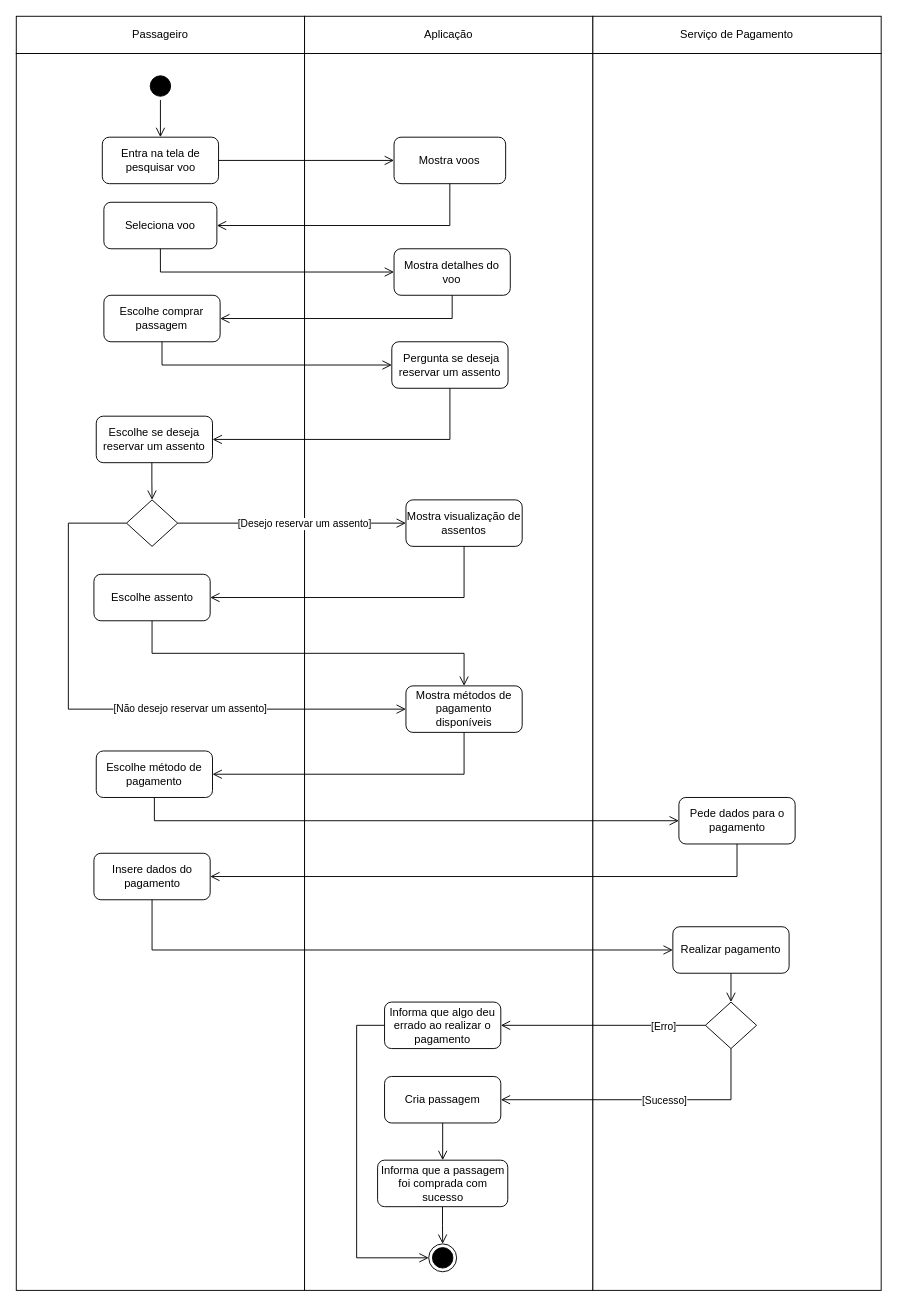
This is Diagramas/Eng_de_Software/Modelos/Atividade/Comprar_Passagens.drawio from GabrielGMori/trabalho-conclus-o-ano, a draw.io file, before an edit. Source tidied: cells renumbered, new cells numbered last; positions are measured from the earlier drawing's top-left corner, leaving out a move shared by most shapes. Both pictures are drawn from the tidied source at 93%, with x=0, y=0 at pixel (16, 16).
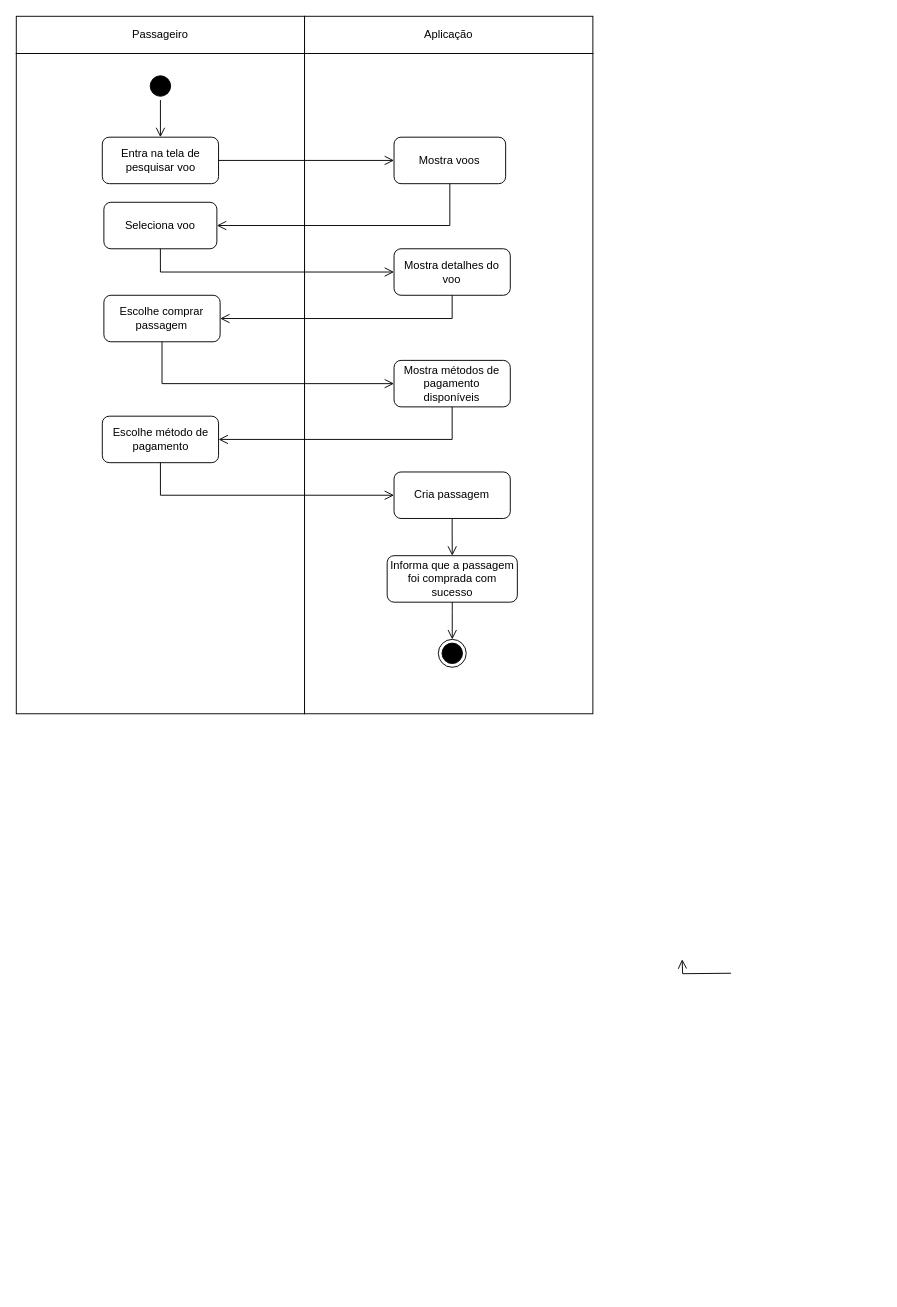
The same diagram, later.

Unchanged cells that the change refers to:
```xml
<mxCell id="22" value="Escolhe comprar passagem" style="rounded=1;whiteSpace=wrap;html=1;" parent="1" vertex="1">
  <mxGeometry x="94.2" y="300" width="125" height="50" as="geometry" />
</mxCell>
```

Change to the diagram source:
```diff
@@
     <mxCell id="2" style="rounded=0;whiteSpace=wrap;html=1;" parent="1" vertex="1">
-      <mxGeometry y="40" width="310" height="1330" as="geometry" />
+      <mxGeometry y="40" width="310" height="710" as="geometry" />
     </mxCell>
     <mxCell id="3" style="rounded=0;whiteSpace=wrap;html=1;" parent="1" vertex="1">
-      <mxGeometry x="310" y="40" width="310" height="1330" as="geometry" />
+      <mxGeometry x="310" y="40" width="310" height="710" as="geometry" />
     </mxCell>
-    <mxCell id="4" style="rounded=0;whiteSpace=wrap;html=1;" parent="1" vertex="1">
-      <mxGeometry x="620" y="40" width="310" height="1330" as="geometry" />
-    </mxCell>
@@
-    <mxCell id="16" style="rhombus;whiteSpace=wrap;html=1;" parent="1" vertex="1">
-      <mxGeometry x="118.5" y="520" width="55" height="50" as="geometry" />
-    </mxCell>
-    <mxCell id="17" style="edgeStyle=orthogonalEdgeStyle;html=1;verticalAlign=bottom;endArrow=open;endSize=8;strokeColor=#000000;rounded=0;entryX=0;entryY=0.5;entryDx=0;entryDy=0;exitX=0;exitY=0.5;exitDx=0;exitDy=0;" parent="1" edge="1" source="16" target="24">
-      <mxGeometry relative="1" as="geometry">
-        <Array as="points">
-          <mxPoint x="56" y="545" />
-          <mxPoint x="56" y="745" />
-        </Array>
-      </mxGeometry>
-    </mxCell>
-    <mxCell id="18" value="[Não desejo reservar um assento]" style="edgeLabel;html=1;align=center;verticalAlign=middle;" parent="17" vertex="1">
-      <mxGeometry x="-0.23" relative="1" as="geometry">
-        <mxPoint x="130" y="21" as="offset" />
-      </mxGeometry>
-    </mxCell>
-    <mxCell id="19" style="edgeStyle=orthogonalEdgeStyle;html=1;verticalAlign=bottom;endArrow=open;endSize=8;strokeColor=#000000;rounded=0;exitX=1;exitY=0.5;exitDx=0;exitDy=0;entryX=0;entryY=0.5;entryDx=0;entryDy=0;" parent="1" edge="1" source="16" target="37">
-      <mxGeometry relative="1" as="geometry" />
-    </mxCell>
-    <mxCell id="20" value="[Desejo reservar um assento]" style="edgeLabel;html=1;align=center;verticalAlign=middle;" parent="19" vertex="1">
-      <mxGeometry x="-0.35" y="-2" relative="1" as="geometry">
-        <mxPoint x="56" y="-2" as="offset" />
-      </mxGeometry>
-    </mxCell>
     <mxCell id="21" style="ellipse;html=1;shape=endState;fillColor=#000000;strokeColor=#000000;" parent="1" vertex="1">
-      <mxGeometry x="443.5" y="1320" width="30" height="30" as="geometry" />
+      <mxGeometry x="453.8" y="670" width="30" height="30" as="geometry" />
     </mxCell>
@@
     <mxCell id="24" value="Mostra métodos de pagamento disponíveis" style="rounded=1;whiteSpace=wrap;html=1;" parent="1" vertex="1">
-      <mxGeometry x="419" y="720" width="125" height="50" as="geometry" />
+      <mxGeometry x="406.2" y="370" width="125" height="50" as="geometry" />
     </mxCell>
-    <mxCell id="25" style="edgeStyle=orthogonalEdgeStyle;html=1;verticalAlign=bottom;endArrow=open;endSize=8;strokeColor=#000000;rounded=0;exitX=0.5;exitY=1;exitDx=0;exitDy=0;entryX=0;entryY=0.5;entryDx=0;entryDy=0;" parent="1" edge="1" source="22" target="33">
+    <mxCell id="25" style="edgeStyle=orthogonalEdgeStyle;html=1;verticalAlign=bottom;endArrow=open;endSize=8;strokeColor=#000000;rounded=0;exitX=0.5;exitY=1;exitDx=0;exitDy=0;entryX=0;entryY=0.5;entryDx=0;entryDy=0;" parent="1" edge="1" source="22" target="24">
       <mxGeometry relative="1" as="geometry" />
     </mxCell>
     <mxCell id="26" value="Escolhe método de pagamento" style="rounded=1;whiteSpace=wrap;html=1;" parent="1" vertex="1">
-      <mxGeometry x="86" y="790" width="125" height="50" as="geometry" />
+      <mxGeometry x="92.5" y="430" width="125" height="50" as="geometry" />
     </mxCell>
@@
-    <mxCell id="28" value="Pede dados para o pagamento" style="rounded=1;whiteSpace=wrap;html=1;" parent="1" vertex="1">
-      <mxGeometry x="712.5" y="840" width="125" height="50" as="geometry" />
-    </mxCell>
-    <mxCell id="29" value="Serviço de Pagamento" style="rounded=0;whiteSpace=wrap;html=1;" parent="1" vertex="1">
-      <mxGeometry x="620" width="310" height="40" as="geometry" />
-    </mxCell>
-    <mxCell id="30" style="edgeStyle=orthogonalEdgeStyle;html=1;verticalAlign=bottom;endArrow=open;endSize=8;strokeColor=#000000;rounded=0;entryX=0;entryY=0.5;entryDx=0;entryDy=0;exitX=0.5;exitY=1;exitDx=0;exitDy=0;" parent="1" edge="1" source="26" target="28">
+    <mxCell id="30" style="edgeStyle=orthogonalEdgeStyle;html=1;verticalAlign=bottom;endArrow=open;endSize=8;strokeColor=#000000;rounded=0;entryX=0;entryY=0.5;entryDx=0;entryDy=0;exitX=0.5;exitY=1;exitDx=0;exitDy=0;" parent="1" edge="1" source="26" target="48">
       <mxGeometry relative="1" as="geometry" />
     </mxCell>
-    <mxCell id="31" style="edgeStyle=orthogonalEdgeStyle;html=1;verticalAlign=bottom;endArrow=open;endSize=8;strokeColor=#000000;rounded=0;entryX=1;entryY=0.5;entryDx=0;entryDy=0;exitX=0.5;exitY=1;exitDx=0;exitDy=0;" parent="1" edge="1" source="28" target="32">
-      <mxGeometry relative="1" as="geometry" />
-    </mxCell>
-    <mxCell id="32" value="Insere dados do pagamento" style="rounded=1;whiteSpace=wrap;html=1;" parent="1" vertex="1">
-      <mxGeometry x="83.5" y="900" width="125" height="50" as="geometry" />
-    </mxCell>
-    <mxCell id="33" value="&amp;nbsp;Pergunta se deseja reservar um assento" style="rounded=1;whiteSpace=wrap;html=1;" parent="1" vertex="1">
-      <mxGeometry x="403.8" y="350" width="125" height="50" as="geometry" />
-    </mxCell>
-    <mxCell id="34" value="Escolhe se deseja reservar um assento" style="rounded=1;whiteSpace=wrap;html=1;" parent="1" vertex="1">
-      <mxGeometry x="86" y="430" width="125" height="50" as="geometry" />
-    </mxCell>
-    <mxCell id="35" style="edgeStyle=orthogonalEdgeStyle;html=1;verticalAlign=bottom;endArrow=open;endSize=8;strokeColor=#000000;rounded=0;entryX=1;entryY=0.5;entryDx=0;entryDy=0;exitX=0.5;exitY=1;exitDx=0;exitDy=0;" parent="1" edge="1" source="33" target="34">
-      <mxGeometry relative="1" as="geometry" />
-    </mxCell>
-    <mxCell id="36" style="edgeStyle=orthogonalEdgeStyle;html=1;verticalAlign=bottom;endArrow=open;endSize=8;strokeColor=#000000;rounded=0;" parent="1" edge="1">
-      <mxGeometry relative="1" as="geometry">
-        <mxPoint x="145.8" y="480" as="sourcePoint" />
-        <mxPoint x="146" y="520" as="targetPoint" />
-        <Array as="points">
-          <mxPoint x="146" y="500" />
-        </Array>
-      </mxGeometry>
-    </mxCell>
-    <mxCell id="37" value="Mostra visualização de assentos" style="rounded=1;whiteSpace=wrap;html=1;" parent="1" vertex="1">
-      <mxGeometry x="419" y="520" width="125" height="50" as="geometry" />
-    </mxCell>
-    <mxCell id="38" value="Escolhe assento" style="rounded=1;whiteSpace=wrap;html=1;" parent="1" vertex="1">
-      <mxGeometry x="83.5" y="600" width="125" height="50" as="geometry" />
-    </mxCell>
-    <mxCell id="39" style="edgeStyle=orthogonalEdgeStyle;html=1;verticalAlign=bottom;endArrow=open;endSize=8;strokeColor=#000000;rounded=0;entryX=1;entryY=0.5;entryDx=0;entryDy=0;exitX=0.5;exitY=1;exitDx=0;exitDy=0;" parent="1" edge="1" source="37" target="38">
-      <mxGeometry relative="1" as="geometry" />
-    </mxCell>
-    <mxCell id="40" style="edgeStyle=orthogonalEdgeStyle;html=1;verticalAlign=bottom;endArrow=open;endSize=8;strokeColor=#000000;rounded=0;entryX=0.5;entryY=0;entryDx=0;entryDy=0;exitX=0.5;exitY=1;exitDx=0;exitDy=0;" parent="1" edge="1" source="38" target="24">
-      <mxGeometry relative="1" as="geometry" />
-    </mxCell>
-    <mxCell id="41" value="Realizar pagamento" style="rounded=1;whiteSpace=wrap;html=1;" parent="1" vertex="1">
-      <mxGeometry x="706" y="979" width="125" height="50" as="geometry" />
-    </mxCell>
-    <mxCell id="42" style="edgeStyle=orthogonalEdgeStyle;html=1;verticalAlign=bottom;endArrow=open;endSize=8;strokeColor=#000000;rounded=0;entryX=0;entryY=0.5;entryDx=0;entryDy=0;exitX=0.5;exitY=1;exitDx=0;exitDy=0;" parent="1" edge="1" source="32" target="41">
-      <mxGeometry relative="1" as="geometry" />
-    </mxCell>
-    <mxCell id="43" style="rhombus;whiteSpace=wrap;html=1;" parent="1" vertex="1">
-      <mxGeometry x="741" y="1060" width="55" height="50" as="geometry" />
-    </mxCell>
-    <mxCell id="44" style="edgeStyle=orthogonalEdgeStyle;html=1;verticalAlign=bottom;endArrow=open;endSize=8;strokeColor=#000000;rounded=0;exitX=0;exitY=0.5;exitDx=0;exitDy=0;entryX=1;entryY=0.5;entryDx=0;entryDy=0;" parent="1" edge="1" source="43" target="47">
-      <mxGeometry relative="1" as="geometry" />
-    </mxCell>
-    <mxCell id="45" value="[Erro]" style="edgeLabel;html=1;align=center;verticalAlign=middle;" parent="44" vertex="1">
-      <mxGeometry x="-0.35" y="-2" relative="1" as="geometry">
-        <mxPoint x="26" y="2" as="offset" />
-      </mxGeometry>
-    </mxCell>
-    <mxCell id="46" style="edgeStyle=orthogonalEdgeStyle;html=1;verticalAlign=bottom;endArrow=open;endSize=8;strokeColor=#000000;rounded=0;entryX=0.5;entryY=0;entryDx=0;entryDy=0;exitX=0.5;exitY=1;exitDx=0;exitDy=0;" parent="1" edge="1" source="41" target="43">
-      <mxGeometry relative="1" as="geometry" />
+    <mxCell id="46" style="edgeStyle=orthogonalEdgeStyle;html=1;verticalAlign=bottom;endArrow=open;endSize=8;strokeColor=#000000;rounded=0;entryX=0.5;entryY=0;entryDx=0;entryDy=0;exitX=0.5;exitY=1;exitDx=0;exitDy=0;" parent="1" edge="1">
+      <mxGeometry relative="1" as="geometry">
+        <mxPoint x="768.5" y="1029" as="sourcePoint" />
+        <mxPoint x="716" y="1014" as="targetPoint" />
+      </mxGeometry>
     </mxCell>
-    <mxCell id="47" value="Informa que algo deu errado ao realizar o pagamento" style="rounded=1;whiteSpace=wrap;html=1;" parent="1" vertex="1">
-      <mxGeometry x="396" y="1060" width="125" height="50" as="geometry" />
-    </mxCell>
     <mxCell id="48" value="Cria passagem" style="rounded=1;whiteSpace=wrap;html=1;" parent="1" vertex="1">
-      <mxGeometry x="396" y="1140" width="125" height="50" as="geometry" />
+      <mxGeometry x="406.2" y="490" width="125" height="50" as="geometry" />
     </mxCell>
-    <mxCell id="49" style="edgeStyle=orthogonalEdgeStyle;html=1;verticalAlign=bottom;endArrow=open;endSize=8;strokeColor=#000000;rounded=0;exitX=0.5;exitY=1;exitDx=0;exitDy=0;entryX=1;entryY=0.5;entryDx=0;entryDy=0;" parent="1" edge="1" source="43" target="48">
-      <mxGeometry relative="1" as="geometry" />
-    </mxCell>
-    <mxCell id="50" value="[Sucesso]" style="edgeLabel;html=1;align=center;verticalAlign=middle;" parent="49" vertex="1">
-      <mxGeometry x="-0.35" y="-2" relative="1" as="geometry">
-        <mxPoint x="-29" y="2" as="offset" />
-      </mxGeometry>
-    </mxCell>
     <mxCell id="51" value="Informa que a passagem foi comprada com sucesso" style="rounded=1;whiteSpace=wrap;html=1;" parent="1" vertex="1">
-      <mxGeometry x="388.5" y="1230" width="140" height="50" as="geometry" />
+      <mxGeometry x="398.8" y="580" width="140" height="50" as="geometry" />
     </mxCell>
@@
-    <mxCell id="53" style="edgeStyle=orthogonalEdgeStyle;html=1;verticalAlign=bottom;endArrow=open;endSize=8;strokeColor=#000000;rounded=0;entryX=0.5;entryY=0;entryDx=0;entryDy=0;exitX=0.5;exitY=1;exitDx=0;exitDy=0;" parent="1" edge="1" target="21">
+    <mxCell id="53" style="edgeStyle=orthogonalEdgeStyle;html=1;verticalAlign=bottom;endArrow=open;endSize=8;strokeColor=#000000;rounded=0;entryX=0.5;entryY=0;entryDx=0;entryDy=0;exitX=0.5;exitY=1;exitDx=0;exitDy=0;" parent="1" edge="1" source="51" target="21">
       <mxGeometry relative="1" as="geometry">
-        <mxPoint x="458.3" y="1280" as="sourcePoint" />
         <Array as="points">
-          <mxPoint x="458" y="1300" />
-          <mxPoint x="459" y="1300" />
+          <mxPoint x="469" y="640" />
+          <mxPoint x="469" y="640" />
         </Array>
       </mxGeometry>
     </mxCell>
-    <mxCell id="54" style="edgeStyle=orthogonalEdgeStyle;html=1;verticalAlign=bottom;endArrow=open;endSize=8;strokeColor=#000000;rounded=0;entryX=0;entryY=0.5;entryDx=0;entryDy=0;exitX=0;exitY=0.5;exitDx=0;exitDy=0;" parent="1" edge="1" source="47" target="21">
-      <mxGeometry relative="1" as="geometry">
-        <Array as="points">
-          <mxPoint x="366" y="1085" />
-          <mxPoint x="366" y="1335" />
-        </Array>
-      </mxGeometry>
-    </mxCell>
```
